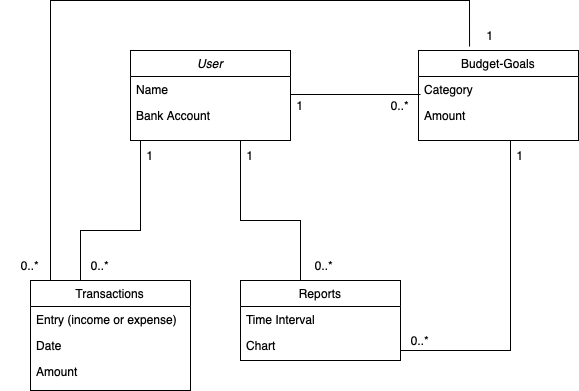
calvin-cs262-Fall2024-TheATeam/Project keeps this draw.io diagram as images/DOMmodel.drawio.png. Above is the earlier version. Source tidied: cells renumbered, new cells last; positions are measured from the earlier drawing's top-left corner, leaving out a move shared by most shapes.
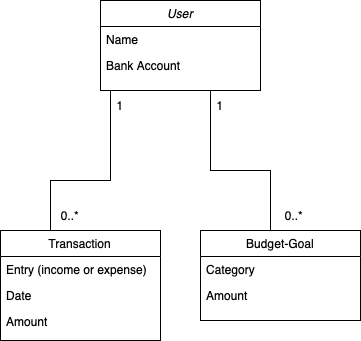
The same diagram one commit later.

Commit message:
Remove reports from DomModel

Diff of the diagram source:
```diff
@@ -11,7 +11,7 @@
     <mxCell id="4" value="Bank Account" style="text;align=left;verticalAlign=top;spacingLeft=4;spacingRight=4;overflow=hidden;rounded=0;shadow=0;html=0;" parent="2" vertex="1">
       <mxGeometry y="52" width="160" height="26" as="geometry" />
     </mxCell>
-    <mxCell id="5" value="Transactions" style="swimlane;fontStyle=0;align=center;verticalAlign=top;horizontal=1;startSize=26;rounded=0;shadow=0;strokeWidth=1;" parent="1" vertex="1">
+    <mxCell id="5" value="Transaction" style="swimlane;fontStyle=0;align=center;verticalAlign=top;horizontal=1;startSize=26;rounded=0;shadow=0;strokeWidth=1;" parent="1" vertex="1">
       <mxGeometry x="30" y="280" width="160" height="110" as="geometry" />
     </mxCell>
     <mxCell id="6" value="Entry (income or expense)" style="text;align=left;verticalAlign=top;spacingLeft=4;spacingRight=4;overflow=hidden;" parent="5" vertex="1">
@@ -23,17 +23,8 @@
     <mxCell id="8" value="Amount" style="text;align=left;verticalAlign=top;spacingLeft=4;spacingRight=4;overflow=hidden;fontStyle=0;" parent="5" vertex="1">
       <mxGeometry y="78" width="160" height="26" as="geometry" />
     </mxCell>
-    <mxCell id="9" value="Reports" style="swimlane;fontStyle=0;align=center;verticalAlign=top;horizontal=1;startSize=26;rounded=0;shadow=0;strokeWidth=1;" parent="1" vertex="1">
-      <mxGeometry x="240" y="280" width="160" height="80" as="geometry" />
-    </mxCell>
-    <mxCell id="10" value="Time Interval" style="text;align=left;verticalAlign=top;spacingLeft=4;spacingRight=4;overflow=hidden;" parent="9" vertex="1">
-      <mxGeometry y="26" width="160" height="26" as="geometry" />
-    </mxCell>
-    <mxCell id="11" value="Chart" style="text;align=left;verticalAlign=top;spacingLeft=4;spacingRight=4;overflow=hidden;" parent="9" vertex="1">
-      <mxGeometry y="52" width="160" height="26" as="geometry" />
-    </mxCell>
-    <mxCell id="12" value="Budget-Goals" style="swimlane;fontStyle=0;align=center;verticalAlign=top;horizontal=1;startSize=26;rounded=0;shadow=0;strokeWidth=1;" parent="1" vertex="1">
-      <mxGeometry x="418" y="50" width="160" height="90" as="geometry" />
+    <mxCell id="12" value="Budget-Goal" style="swimlane;fontStyle=0;align=center;verticalAlign=top;horizontal=1;startSize=26;rounded=0;shadow=0;strokeWidth=1;" parent="1" vertex="1">
+      <mxGeometry x="230" y="280" width="160" height="90" as="geometry" />
     </mxCell>
     <mxCell id="13" value="Category" style="text;align=left;verticalAlign=top;spacingLeft=4;spacingRight=4;overflow=hidden;" parent="12" vertex="1">
       <mxGeometry y="26" width="160" height="26" as="geometry" />
@@ -41,9 +32,6 @@
     <mxCell id="14" value="Amount" style="text;align=left;verticalAlign=top;spacingLeft=4;spacingRight=4;overflow=hidden;rounded=0;shadow=0;html=0;" parent="12" vertex="1">
       <mxGeometry y="52" width="160" height="26" as="geometry" />
     </mxCell>
-    <mxCell id="15" style="line;html=1;strokeWidth=1;align=left;verticalAlign=middle;spacingTop=-1;spacingLeft=3;spacingRight=3;labelPosition=right;" parent="1" vertex="1">
-      <mxGeometry x="290" y="90" width="130" height="8" as="geometry" />
-    </mxCell>
     <mxCell id="16" style="endArrow=none;html=1;rounded=0;" parent="1" edge="1">
       <mxGeometry relative="1" as="geometry">
         <mxPoint x="300" y="280" as="sourcePoint" />
@@ -64,53 +52,17 @@
         </Array>
       </mxGeometry>
     </mxCell>
-    <mxCell id="18" value="1" style="text;strokeColor=none;align=center;fillColor=none;html=1;verticalAlign=middle;whiteSpace=wrap;rounded=0;" parent="1" vertex="1">
-      <mxGeometry x="270" y="90" width="60" height="30" as="geometry" />
-    </mxCell>
     <mxCell id="19" value="1" style="text;strokeColor=none;align=center;fillColor=none;html=1;verticalAlign=middle;whiteSpace=wrap;rounded=0;" parent="1" vertex="1">
       <mxGeometry x="220" y="140" width="60" height="30" as="geometry" />
     </mxCell>
     <mxCell id="20" value="1" style="text;strokeColor=none;align=center;fillColor=none;html=1;verticalAlign=middle;whiteSpace=wrap;rounded=0;" parent="1" vertex="1">
       <mxGeometry x="120" y="140" width="60" height="30" as="geometry" />
     </mxCell>
-    <mxCell id="21" value="0..*" style="text;strokeColor=none;align=center;fillColor=none;html=1;verticalAlign=middle;whiteSpace=wrap;rounded=0;" parent="1" vertex="1">
-      <mxGeometry x="370" y="90" width="60" height="30" as="geometry" />
-    </mxCell>
     <mxCell id="22" value="0..*" style="text;strokeColor=none;align=center;fillColor=none;html=1;verticalAlign=middle;whiteSpace=wrap;rounded=0;" parent="1" vertex="1">
       <mxGeometry x="294" y="250" width="60" height="30" as="geometry" />
     </mxCell>
     <mxCell id="23" value="0..*" style="text;strokeColor=none;align=center;fillColor=none;html=1;verticalAlign=middle;whiteSpace=wrap;rounded=0;" parent="1" vertex="1">
       <mxGeometry x="70" y="250" width="60" height="30" as="geometry" />
     </mxCell>
-    <mxCell id="24" style="endArrow=none;html=1;rounded=0;" parent="1" edge="1">
-      <mxGeometry relative="1" as="geometry">
-        <mxPoint x="400" y="350" as="sourcePoint" />
-        <mxPoint x="510" y="140" as="targetPoint" />
-        <Array as="points">
-          <mxPoint x="510" y="350" />
-        </Array>
-      </mxGeometry>
-    </mxCell>
-    <mxCell id="25" style="endArrow=none;html=1;rounded=0;entryX=0.319;entryY=-0.044;entryDx=0;entryDy=0;entryPerimeter=0;" parent="1" edge="1" target="12">
-      <mxGeometry relative="1" as="geometry">
-        <mxPoint x="50" y="280" as="sourcePoint" />
-        <Array as="points">
-          <mxPoint x="50" />
-          <mxPoint x="469" />
-        </Array>
-      </mxGeometry>
-    </mxCell>
-    <mxCell id="26" value="1" style="text;html=1;align=center;verticalAlign=middle;whiteSpace=wrap;rounded=0;" parent="1" vertex="1">
-      <mxGeometry x="490" y="140" width="60" height="30" as="geometry" />
-    </mxCell>
-    <mxCell id="27" value="0..*" style="text;html=1;align=center;verticalAlign=middle;whiteSpace=wrap;rounded=0;" parent="1" vertex="1">
-      <mxGeometry x="390" y="325" width="60" height="30" as="geometry" />
-    </mxCell>
-    <mxCell id="28" value="1" style="text;html=1;align=center;verticalAlign=middle;whiteSpace=wrap;rounded=0;" parent="1" vertex="1">
-      <mxGeometry x="460" y="20" width="60" height="30" as="geometry" />
-    </mxCell>
-    <mxCell id="29" value="0..*" style="text;html=1;align=center;verticalAlign=middle;whiteSpace=wrap;rounded=0;" parent="1" vertex="1">
-      <mxGeometry y="250" width="60" height="30" as="geometry" />
-    </mxCell>
   </root>
 </mxGraphModel>
```
